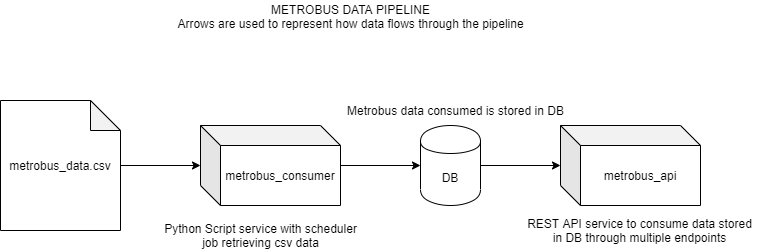
maci2233/metrobus keeps this draw.io diagram as metrobus_diagram.png. Above is the earlier version. Source tidied: cells renumbered, new cells last; positions are measured from the earlier drawing's top-left corner, leaving out a move shared by most shapes.
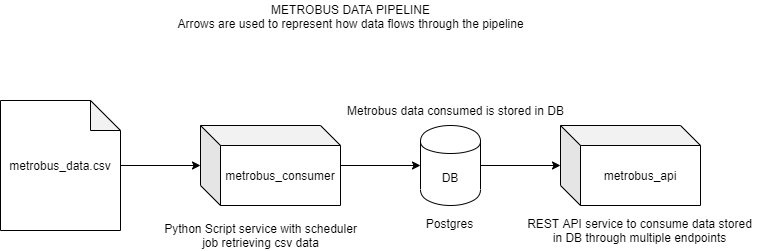
Later version of the same file.

Commit message:
add DBMS name to diagram

Change to the diagram source:
```diff
@@ -35,5 +35,8 @@
     <mxCell id="12" value="REST API service to consume data stored&lt;br&gt;in DB through multiple endpoints" style="text;html=1;align=center;verticalAlign=middle;" parent="1" vertex="1">
       <mxGeometry x="522" y="214" width="234" height="31" as="geometry" />
     </mxCell>
+    <mxCell id="13" value="Postgres" style="text;html=1;align=center;verticalAlign=middle;" parent="1" vertex="1">
+      <mxGeometry x="420" y="214" width="57" height="18" as="geometry" />
+    </mxCell>
   </root>
 </mxGraphModel>
```
